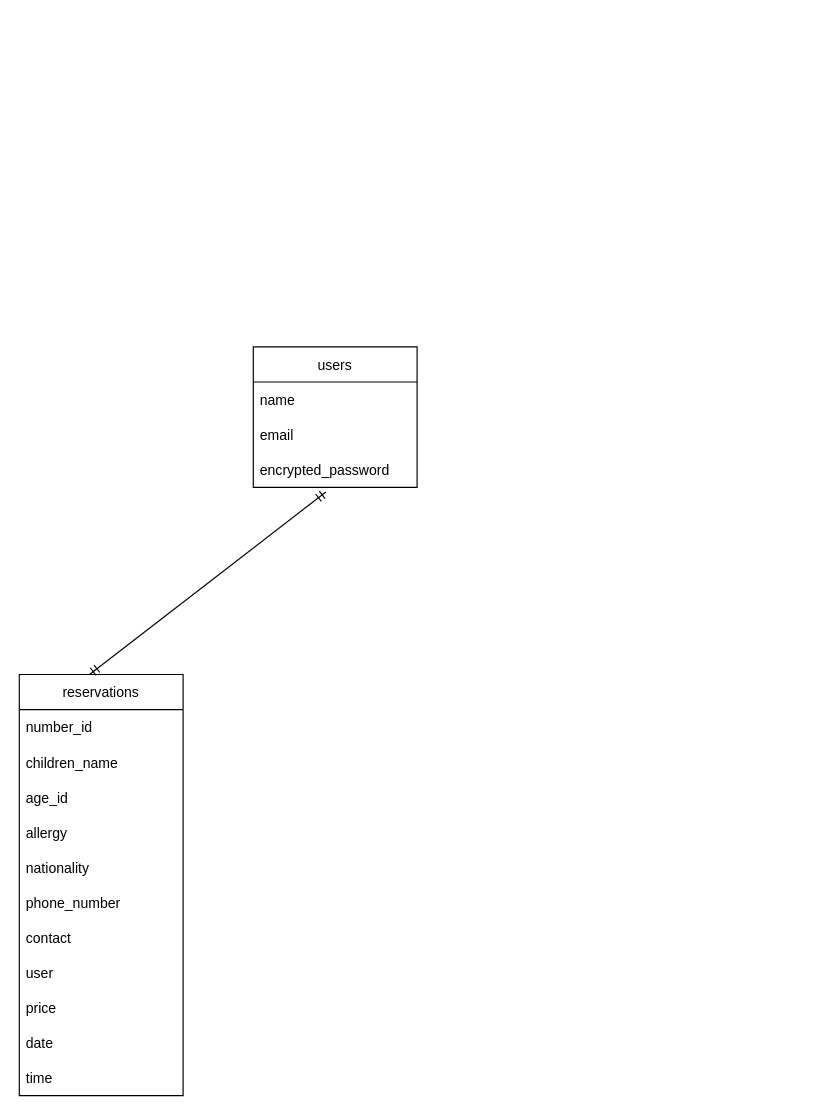
Before: page "ページ1" (1 of 2) of test.dio in riku79264/childcare-japan2022, a draw.io diagram. Source tidied: cells renumbered, new cells numbered last; positions are measured from the earlier drawing's top-left corner, leaving out a move shared by most shapes. Both pictures are drawn from the tidied source at 117%, with x=0, y=0 at pixel (19, 346).
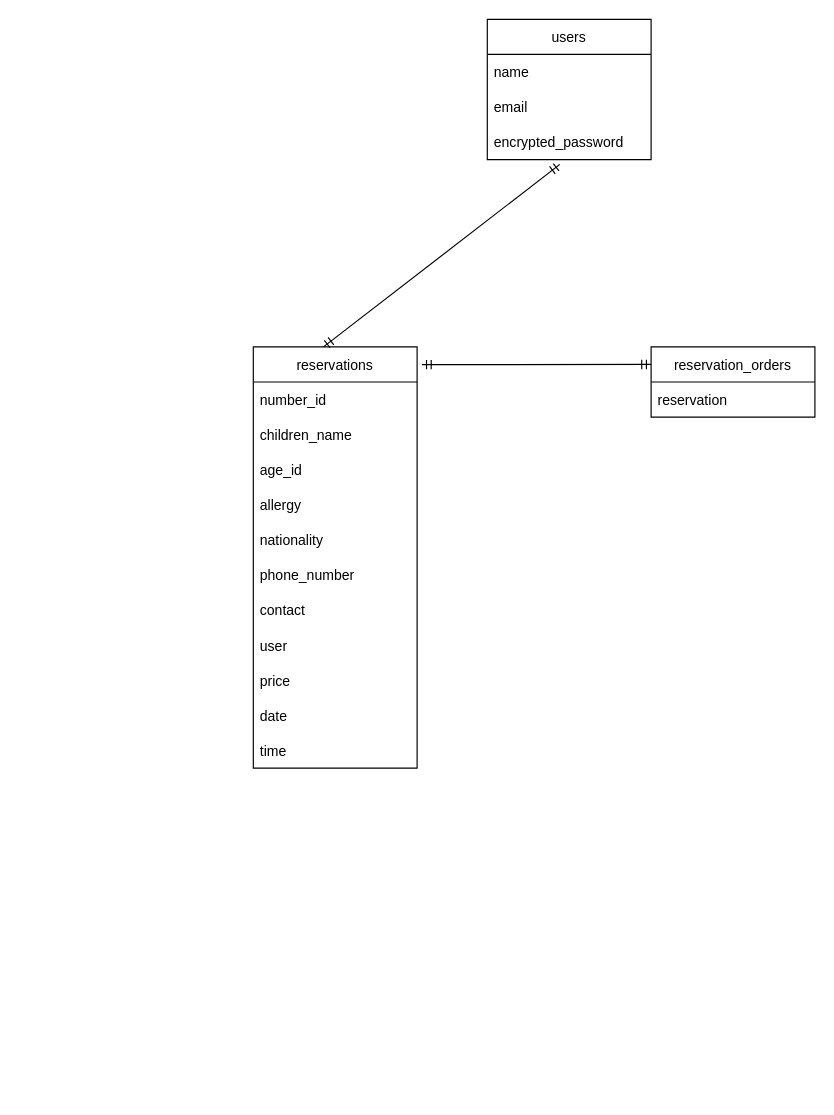
After the change.

Change to the diagram source:
```diff
@@
-    <mxCell id="2" value="users" style="swimlane;fontStyle=0;horizontal=1;startSize=30;rounded=0;" parent="1" vertex="1">
-      <mxGeometry x="200" width="140" height="120" as="geometry" />
+    <mxCell id="2" value="reservations" style="swimlane;fontStyle=0;horizontal=1;startSize=30;rounded=0;" parent="1" vertex="1">
+      <mxGeometry x="200" width="140" height="360" as="geometry" />
     </mxCell>
-    <mxCell id="3" value="name" style="text;strokeColor=none;fillColor=none;align=left;verticalAlign=middle;spacingLeft=4;spacingRight=4;overflow=hidden;rounded=0;" parent="2" vertex="1">
+    <mxCell id="3" value="number_id" style="text;strokeColor=none;fillColor=none;align=left;verticalAlign=middle;spacingLeft=4;spacingRight=4;overflow=hidden;rounded=0;" parent="2" vertex="1">
       <mxGeometry y="30" width="140" height="30" as="geometry" />
     </mxCell>
-    <mxCell id="4" value="email" style="text;strokeColor=none;fillColor=none;align=left;verticalAlign=middle;spacingLeft=4;spacingRight=4;overflow=hidden;rounded=0;" parent="2" vertex="1">
+    <mxCell id="4" value="children_name" style="text;strokeColor=none;fillColor=none;align=left;verticalAlign=middle;spacingLeft=4;spacingRight=4;overflow=hidden;rounded=0;" parent="2" vertex="1">
       <mxGeometry y="60" width="140" height="30" as="geometry" />
     </mxCell>
-    <mxCell id="5" value="encrypted_password" style="text;strokeColor=none;fillColor=none;align=left;verticalAlign=middle;spacingLeft=4;spacingRight=4;overflow=hidden;points=[[0,0.5],[1,0.5]];portConstraint=eastwest;rounded=0;" parent="2" vertex="1">
+    <mxCell id="5" value="age_id" style="text;strokeColor=none;fillColor=none;align=left;verticalAlign=middle;spacingLeft=4;spacingRight=4;overflow=hidden;points=[[0,0.5],[1,0.5]];portConstraint=eastwest;rounded=0;" parent="2" vertex="1">
       <mxGeometry y="90" width="140" height="30" as="geometry" />
     </mxCell>
-    <mxCell id="6" value="reservations" style="swimlane;fontStyle=0;horizontal=1;startSize=30;rounded=0;" parent="1" vertex="1">
-      <mxGeometry y="280" width="140" height="360" as="geometry" />
+    <mxCell id="6" value="allergy" style="text;strokeColor=none;fillColor=none;align=left;verticalAlign=middle;spacingLeft=4;spacingRight=4;overflow=hidden;rounded=0;" parent="2" vertex="1">
+      <mxGeometry y="120" width="140" height="30" as="geometry" />
     </mxCell>
+    <mxCell id="19" value="nationality" style="text;strokeColor=none;fillColor=none;align=left;verticalAlign=middle;spacingLeft=4;spacingRight=4;overflow=hidden;rounded=0;" parent="2" vertex="1">
+      <mxGeometry y="150" width="140" height="30" as="geometry" />
+    </mxCell>
-    <mxCell id="7" value="number_id" style="text;strokeColor=none;fillColor=none;align=left;verticalAlign=middle;spacingLeft=4;spacingRight=4;overflow=hidden;rounded=0;" parent="6" vertex="1">
-      <mxGeometry y="30" width="140" height="30" as="geometry" />
+    <mxCell id="7" value="phone_number" style="text;strokeColor=none;fillColor=none;align=left;verticalAlign=middle;spacingLeft=4;spacingRight=4;overflow=hidden;rounded=0;" parent="2" vertex="1">
+      <mxGeometry y="180" width="140" height="30" as="geometry" />
     </mxCell>
-    <mxCell id="8" value="children_name" style="text;strokeColor=none;fillColor=none;align=left;verticalAlign=middle;spacingLeft=4;spacingRight=4;overflow=hidden;rounded=0;" parent="6" vertex="1">
-      <mxGeometry y="60" width="140" height="30" as="geometry" />
+    <mxCell id="8" value="contact" style="text;strokeColor=none;fillColor=none;align=left;verticalAlign=middle;spacingLeft=4;spacingRight=4;overflow=hidden;rounded=0;" parent="2" vertex="1">
+      <mxGeometry y="210" width="140" height="30" as="geometry" />
     </mxCell>
-    <mxCell id="9" value="age_id" style="text;strokeColor=none;fillColor=none;align=left;verticalAlign=middle;spacingLeft=4;spacingRight=4;overflow=hidden;rounded=0;" parent="6" vertex="1">
-      <mxGeometry y="90" width="140" height="30" as="geometry" />
+    <mxCell id="9" value="user" style="text;strokeColor=none;fillColor=none;align=left;verticalAlign=middle;spacingLeft=4;spacingRight=4;overflow=hidden;rounded=0;" parent="2" vertex="1">
+      <mxGeometry y="240" width="140" height="30" as="geometry" />
     </mxCell>
-    <mxCell id="10" value="allergy" style="text;strokeColor=none;fillColor=none;align=left;verticalAlign=middle;spacingLeft=4;spacingRight=4;overflow=hidden;rounded=0;" parent="6" vertex="1">
-      <mxGeometry y="120" width="140" height="30" as="geometry" />
+    <mxCell id="10" value="price" style="text;strokeColor=none;fillColor=none;align=left;verticalAlign=middle;spacingLeft=4;spacingRight=4;overflow=hidden;rounded=0;" parent="2" vertex="1">
+      <mxGeometry y="270" width="140" height="30" as="geometry" />
     </mxCell>
-    <mxCell id="11" value="nationality" style="text;strokeColor=none;fillColor=none;align=left;verticalAlign=middle;spacingLeft=4;spacingRight=4;overflow=hidden;rounded=0;" parent="6" vertex="1">
-      <mxGeometry y="150" width="140" height="30" as="geometry" />
+    <mxCell id="11" value="date" style="text;strokeColor=none;fillColor=none;align=left;verticalAlign=middle;spacingLeft=4;spacingRight=4;overflow=hidden;rounded=0;" parent="2" vertex="1">
+      <mxGeometry y="300" width="140" height="30" as="geometry" />
     </mxCell>
-    <mxCell id="12" value="phone_number" style="text;strokeColor=none;fillColor=none;align=left;verticalAlign=middle;spacingLeft=4;spacingRight=4;overflow=hidden;rounded=0;" parent="6" vertex="1">
-      <mxGeometry y="180" width="140" height="30" as="geometry" />
+    <mxCell id="12" value="time" style="text;strokeColor=none;fillColor=none;align=left;verticalAlign=middle;spacingLeft=4;spacingRight=4;overflow=hidden;rounded=0;" parent="2" vertex="1">
+      <mxGeometry y="330" width="140" height="30" as="geometry" />
     </mxCell>
-    <mxCell id="13" value="contact" style="text;strokeColor=none;fillColor=none;align=left;verticalAlign=middle;spacingLeft=4;spacingRight=4;overflow=hidden;rounded=0;" parent="6" vertex="1">
-      <mxGeometry y="210" width="140" height="30" as="geometry" />
+    <mxCell id="13" value="users" style="swimlane;fontStyle=0;horizontal=1;startSize=30;rounded=0;" parent="1" vertex="1">
+      <mxGeometry x="400" y="-280" width="140" height="120" as="geometry" />
     </mxCell>
-    <mxCell id="14" value="user" style="text;strokeColor=none;fillColor=none;align=left;verticalAlign=middle;spacingLeft=4;spacingRight=4;overflow=hidden;rounded=0;" parent="6" vertex="1">
-      <mxGeometry y="240" width="140" height="30" as="geometry" />
+    <mxCell id="14" value="name" style="text;strokeColor=none;fillColor=none;align=left;verticalAlign=middle;spacingLeft=4;spacingRight=4;overflow=hidden;rounded=0;" parent="13" vertex="1">
+      <mxGeometry y="30" width="140" height="30" as="geometry" />
     </mxCell>
+    <mxCell id="18" value="email" style="text;strokeColor=none;fillColor=none;align=left;verticalAlign=middle;spacingLeft=4;spacingRight=4;overflow=hidden;rounded=0;" parent="13" vertex="1">
+      <mxGeometry y="60" width="140" height="30" as="geometry" />
+    </mxCell>
-    <mxCell id="15" value="price" style="text;strokeColor=none;fillColor=none;align=left;verticalAlign=middle;spacingLeft=4;spacingRight=4;overflow=hidden;rounded=0;" parent="6" vertex="1">
-      <mxGeometry y="270" width="140" height="30" as="geometry" />
+    <mxCell id="15" value="encrypted_password" style="text;strokeColor=none;fillColor=none;align=left;verticalAlign=middle;spacingLeft=4;spacingRight=4;overflow=hidden;rounded=0;" parent="13" vertex="1">
+      <mxGeometry y="90" width="140" height="30" as="geometry" />
     </mxCell>
-    <mxCell id="16" value="date" style="text;strokeColor=none;fillColor=none;align=left;verticalAlign=middle;spacingLeft=4;spacingRight=4;overflow=hidden;rounded=0;" parent="6" vertex="1">
-      <mxGeometry y="300" width="140" height="30" as="geometry" />
+    <mxCell id="16" style="fontSize=12;html=1;endArrow=ERmandOne;startArrow=ERmandOne;strokeColor=default;rounded=0;exitX=0.5;exitY=0;exitDx=0;exitDy=0;entryX=0.443;entryY=1.133;entryDx=0;entryDy=0;entryPerimeter=0;" parent="1" edge="1">
+      <mxGeometry relative="1" as="geometry">
+        <mxPoint x="260" as="sourcePoint" />
+        <mxPoint x="462" y="-156" as="targetPoint" />
+      </mxGeometry>
     </mxCell>
-    <mxCell id="17" value="time" style="text;strokeColor=none;fillColor=none;align=left;verticalAlign=middle;spacingLeft=4;spacingRight=4;overflow=hidden;points=[[0,0.5],[1,0.5]];portConstraint=eastwest;rounded=0;" parent="6" vertex="1">
-      <mxGeometry y="330" width="140" height="30" as="geometry" />
+    <mxCell id="17" value="reservation_orders" style="swimlane;fontStyle=0;horizontal=1;startSize=30;rounded=0;" parent="1" vertex="1">
+      <mxGeometry x="540" width="140" height="60" as="geometry" />
     </mxCell>
-    <mxCell id="18" style="fontSize=12;html=1;endArrow=ERmandOne;startArrow=ERmandOne;strokeColor=default;rounded=0;exitX=0.5;exitY=0;exitDx=0;exitDy=0;entryX=0.443;entryY=1.133;entryDx=0;entryDy=0;entryPerimeter=0;" parent="1" edge="1" target="5">
-      <mxGeometry relative="1" as="geometry">
-        <mxPoint x="60" y="280" as="sourcePoint" />
-      </mxGeometry>
-    </mxCell>
+    <mxCell id="20" value="reservation" style="text;strokeColor=none;fillColor=none;align=left;verticalAlign=middle;spacingLeft=4;spacingRight=4;overflow=hidden;rounded=0;" parent="17" vertex="1">
+      <mxGeometry y="30" width="140" height="30" as="geometry" />
+    </mxCell>
+    <mxCell id="21" style="fontSize=12;html=1;endArrow=ERmandOne;startArrow=ERmandOne;strokeColor=default;rounded=0;exitX=1.029;exitY=0.042;exitDx=0;exitDy=0;entryX=0;entryY=0.25;entryDx=0;entryDy=0;exitPerimeter=0;" parent="1" edge="1" source="2" target="17">
+      <mxGeometry relative="1" as="geometry" />
+    </mxCell>
```
